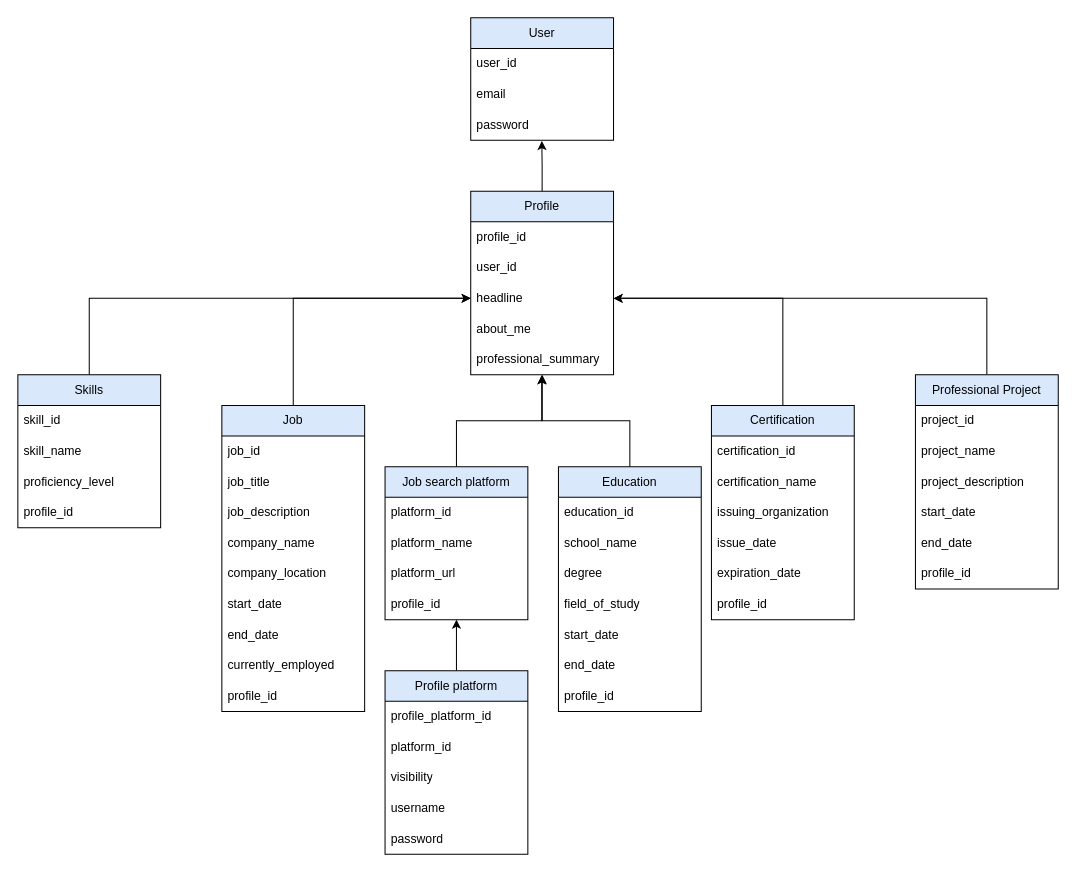
Before: source_files/logical_data_model.drawio in kiryuha21/EngeneeringRequirements-2023, a draw.io diagram. Source tidied: cells renumbered, new cells numbered last; positions are measured from the earlier drawing's top-left corner, leaving out a move shared by most shapes. Both pictures are drawn from the tidied source at 102%, with x=0, y=0 at pixel (17, 17).
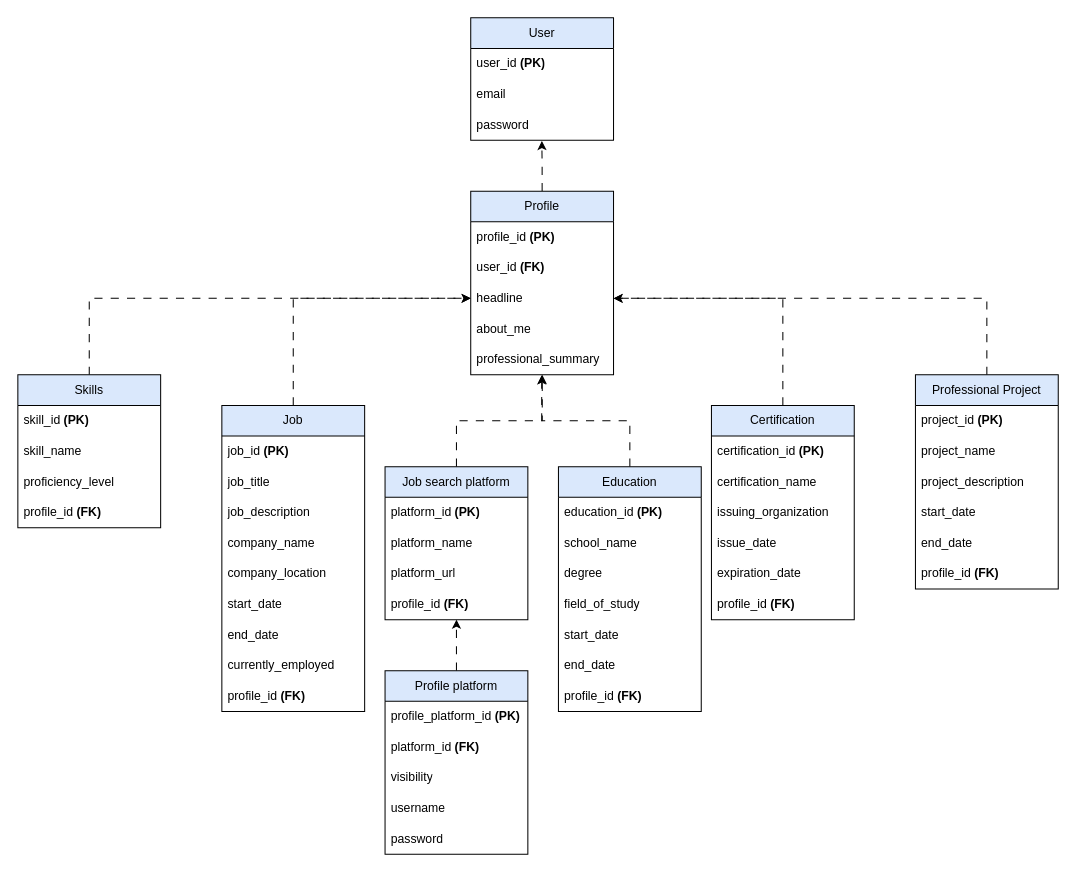
After the change.

Unchanged cells that the change refers to:
```xml
<mxCell id="2" value="User" style="swimlane;fontStyle=0;horizontal=1;startSize=30;whiteSpace=wrap;html=1;fillColor=#dae8fc;strokeColor=#000000;" parent="1" vertex="1">
  <mxGeometry x="444" width="140" height="120" as="geometry" />
</mxCell>
<mxCell id="5" value="password" style="text;strokeColor=none;fillColor=none;align=left;verticalAlign=middle;spacingLeft=4;spacingRight=4;overflow=hidden;points=[[0,0.5],[1,0.5]];portConstraint=eastwest;whiteSpace=wrap;html=1;" parent="2" vertex="1">
  <mxGeometry y="90" width="140" height="30" as="geometry" />
</mxCell>
<mxCell id="7" value="Profile" style="swimlane;fontStyle=0;horizontal=1;startSize=30;whiteSpace=wrap;html=1;fillColor=#dae8fc;strokeColor=#000000;" parent="1" vertex="1">
  <mxGeometry x="444" y="170" width="140" height="180" as="geometry" />
</mxCell>
<mxCell id="10" value="headline" style="text;strokeColor=none;fillColor=none;align=left;verticalAlign=middle;spacingLeft=4;spacingRight=4;overflow=hidden;points=[[0,0.5],[1,0.5]];portConstraint=eastwest;whiteSpace=wrap;html=1;" parent="7" vertex="1">
  <mxGeometry y="90" width="140" height="30" as="geometry" />
</mxCell>
<mxCell id="12" value="professional_summary" style="text;strokeColor=none;fillColor=none;align=left;verticalAlign=middle;spacingLeft=4;spacingRight=4;overflow=hidden;points=[[0,0.5],[1,0.5]];portConstraint=eastwest;whiteSpace=wrap;html=1;" parent="7" vertex="1">
  <mxGeometry y="150" width="140" height="30" as="geometry" />
</mxCell>
<mxCell id="14" value="Job" style="swimlane;fontStyle=0;horizontal=1;startSize=30;whiteSpace=wrap;html=1;fillColor=#dae8fc;strokeColor=#000000;" parent="1" vertex="1">
  <mxGeometry x="200" y="380" width="140" height="300" as="geometry" />
</mxCell>
<mxCell id="25" value="Education" style="swimlane;fontStyle=0;horizontal=1;startSize=30;whiteSpace=wrap;html=1;fillColor=#dae8fc;strokeColor=#000000;" parent="1" vertex="1">
  <mxGeometry x="530" y="440" width="140" height="240" as="geometry" />
</mxCell>
<mxCell id="34" value="Certification" style="swimlane;fontStyle=0;horizontal=1;startSize=30;whiteSpace=wrap;html=1;fillColor=#dae8fc;strokeColor=#000000;" parent="1" vertex="1">
  <mxGeometry x="680" y="380" width="140" height="210" as="geometry" />
</mxCell>
<mxCell id="42" value="Skills" style="swimlane;fontStyle=0;horizontal=1;startSize=30;whiteSpace=wrap;html=1;fillColor=#dae8fc;strokeColor=#000000;" parent="1" vertex="1">
  <mxGeometry y="350" width="140" height="150" as="geometry" />
</mxCell>
<mxCell id="48" value="Professional Project" style="swimlane;fontStyle=0;horizontal=1;startSize=30;whiteSpace=wrap;html=1;fillColor=#dae8fc;strokeColor=#000000;" parent="1" vertex="1">
  <mxGeometry x="880" y="350" width="140" height="210" as="geometry" />
</mxCell>
<mxCell id="56" value="Job search platform" style="swimlane;fontStyle=0;horizontal=1;startSize=30;whiteSpace=wrap;html=1;fillColor=#dae8fc;strokeColor=#000000;" parent="1" vertex="1">
  <mxGeometry x="360" y="440" width="140" height="150" as="geometry" />
</mxCell>
<mxCell id="62" value="Profile platform" style="swimlane;fontStyle=0;horizontal=1;startSize=30;whiteSpace=wrap;html=1;fillColor=#dae8fc;strokeColor=#000000;" parent="1" vertex="1">
  <mxGeometry x="360" y="640" width="140" height="180" as="geometry" />
</mxCell>
```

The edit, as a diff of the source:
```diff
@@
-    <mxCell id="3" value="user_id" style="text;strokeColor=none;fillColor=none;align=left;verticalAlign=middle;spacingLeft=4;spacingRight=4;overflow=hidden;whiteSpace=wrap;html=1;" parent="2" vertex="1">
+    <mxCell id="3" value="user_id &lt;b&gt;(PK)&lt;/b&gt;" style="text;strokeColor=none;fillColor=none;align=left;verticalAlign=middle;spacingLeft=4;spacingRight=4;overflow=hidden;whiteSpace=wrap;html=1;" parent="2" vertex="1">
       <mxGeometry y="30" width="140" height="30" as="geometry" />
     </mxCell>
@@
-    <mxCell id="6" style="edgeStyle=orthogonalEdgeStyle;rounded=0;jettySize=auto;html=1;exitX=0.5;exitY=0;exitDx=0;exitDy=0;entryX=0.498;entryY=1.022;entryDx=0;entryDy=0;entryPerimeter=0;" parent="1" edge="1" source="7" target="5">
+    <mxCell id="6" style="edgeStyle=orthogonalEdgeStyle;rounded=0;jettySize=auto;html=1;exitX=0.5;exitY=0;exitDx=0;exitDy=0;entryX=0.498;entryY=1.022;entryDx=0;entryDy=0;entryPerimeter=0;dashed=1;dashPattern=8 8;" parent="1" edge="1" source="7" target="5">
       <mxGeometry relative="1" as="geometry" />
     </mxCell>
@@
-    <mxCell id="8" value="profile_id" style="text;strokeColor=none;fillColor=none;align=left;verticalAlign=middle;spacingLeft=4;spacingRight=4;overflow=hidden;whiteSpace=wrap;html=1;" parent="7" vertex="1">
+    <mxCell id="8" value="profile_id&amp;nbsp;&lt;b style=&quot;border-color: var(--border-color);&quot;&gt;(PK)&lt;/b&gt;" style="text;strokeColor=none;fillColor=none;align=left;verticalAlign=middle;spacingLeft=4;spacingRight=4;overflow=hidden;whiteSpace=wrap;html=1;" parent="7" vertex="1">
       <mxGeometry y="30" width="140" height="30" as="geometry" />
     </mxCell>
-    <mxCell id="9" value="user_id" style="text;strokeColor=none;fillColor=none;align=left;verticalAlign=middle;spacingLeft=4;spacingRight=4;overflow=hidden;whiteSpace=wrap;html=1;" parent="7" vertex="1">
+    <mxCell id="9" value="user_id&lt;b&gt; (FK)&lt;/b&gt;" style="text;strokeColor=none;fillColor=none;align=left;verticalAlign=middle;spacingLeft=4;spacingRight=4;overflow=hidden;whiteSpace=wrap;html=1;" parent="7" vertex="1">
       <mxGeometry y="60" width="140" height="30" as="geometry" />
     </mxCell>
@@
-    <mxCell id="13" style="edgeStyle=orthogonalEdgeStyle;rounded=0;jettySize=auto;html=1;exitX=0.5;exitY=0;exitDx=0;exitDy=0;entryX=0;entryY=0.5;entryDx=0;entryDy=0;" parent="1" edge="1" source="14" target="10">
+    <mxCell id="13" style="edgeStyle=orthogonalEdgeStyle;rounded=0;jettySize=auto;html=1;exitX=0.5;exitY=0;exitDx=0;exitDy=0;entryX=0;entryY=0.5;entryDx=0;entryDy=0;dashed=1;dashPattern=8 8;" parent="1" edge="1" source="14" target="10">
       <mxGeometry relative="1" as="geometry" />
     </mxCell>
@@
-    <mxCell id="15" value="job_id" style="text;strokeColor=none;fillColor=none;align=left;verticalAlign=middle;spacingLeft=4;spacingRight=4;overflow=hidden;whiteSpace=wrap;html=1;" parent="14" vertex="1">
+    <mxCell id="15" value="job_id&amp;nbsp;&lt;b style=&quot;border-color: var(--border-color);&quot;&gt;(PK)&lt;/b&gt;" style="text;strokeColor=none;fillColor=none;align=left;verticalAlign=middle;spacingLeft=4;spacingRight=4;overflow=hidden;whiteSpace=wrap;html=1;" parent="14" vertex="1">
       <mxGeometry y="30" width="140" height="30" as="geometry" />
     </mxCell>
@@
-    <mxCell id="23" value="profile_id" style="text;strokeColor=none;fillColor=none;align=left;verticalAlign=middle;spacingLeft=4;spacingRight=4;overflow=hidden;whiteSpace=wrap;html=1;" parent="14" vertex="1">
+    <mxCell id="23" value="profile_id&lt;b style=&quot;border-color: var(--border-color);&quot;&gt;&amp;nbsp;(FK)&lt;/b&gt;" style="text;strokeColor=none;fillColor=none;align=left;verticalAlign=middle;spacingLeft=4;spacingRight=4;overflow=hidden;whiteSpace=wrap;html=1;" parent="14" vertex="1">
       <mxGeometry y="270" width="140" height="30" as="geometry" />
     </mxCell>
-    <mxCell id="24" style="edgeStyle=orthogonalEdgeStyle;rounded=0;jettySize=auto;html=1;exitX=0.5;exitY=0;exitDx=0;exitDy=0;entryX=0.501;entryY=1;entryDx=0;entryDy=0;entryPerimeter=0;" parent="1" edge="1" source="25" target="12">
+    <mxCell id="24" style="edgeStyle=orthogonalEdgeStyle;rounded=0;jettySize=auto;html=1;exitX=0.5;exitY=0;exitDx=0;exitDy=0;entryX=0.501;entryY=1;entryDx=0;entryDy=0;entryPerimeter=0;dashed=1;dashPattern=8 8;" parent="1" edge="1" source="25" target="12">
       <mxGeometry relative="1" as="geometry" />
     </mxCell>
@@
-    <mxCell id="26" value="education_id" style="text;strokeColor=none;fillColor=none;align=left;verticalAlign=middle;spacingLeft=4;spacingRight=4;overflow=hidden;whiteSpace=wrap;html=1;" parent="25" vertex="1">
+    <mxCell id="26" value="education_id&amp;nbsp;&lt;b style=&quot;border-color: var(--border-color);&quot;&gt;(PK)&lt;/b&gt;" style="text;strokeColor=none;fillColor=none;align=left;verticalAlign=middle;spacingLeft=4;spacingRight=4;overflow=hidden;whiteSpace=wrap;html=1;" parent="25" vertex="1">
       <mxGeometry y="30" width="140" height="30" as="geometry" />
     </mxCell>
@@
-    <mxCell id="32" value="profile_id" style="text;strokeColor=none;fillColor=none;align=left;verticalAlign=middle;spacingLeft=4;spacingRight=4;overflow=hidden;whiteSpace=wrap;html=1;" parent="25" vertex="1">
+    <mxCell id="32" value="profile_id&lt;b style=&quot;border-color: var(--border-color);&quot;&gt;&amp;nbsp;(FK)&lt;/b&gt;" style="text;strokeColor=none;fillColor=none;align=left;verticalAlign=middle;spacingLeft=4;spacingRight=4;overflow=hidden;whiteSpace=wrap;html=1;" parent="25" vertex="1">
       <mxGeometry y="210" width="140" height="30" as="geometry" />
     </mxCell>
-    <mxCell id="33" style="edgeStyle=orthogonalEdgeStyle;rounded=0;jettySize=auto;html=1;exitX=0.5;exitY=0;exitDx=0;exitDy=0;entryX=1;entryY=0.5;entryDx=0;entryDy=0;" parent="1" edge="1" source="34" target="10">
+    <mxCell id="33" style="edgeStyle=orthogonalEdgeStyle;rounded=0;jettySize=auto;html=1;exitX=0.5;exitY=0;exitDx=0;exitDy=0;entryX=1;entryY=0.5;entryDx=0;entryDy=0;dashed=1;dashPattern=8 8;" parent="1" edge="1" source="34" target="10">
       <mxGeometry relative="1" as="geometry" />
     </mxCell>
@@
-    <mxCell id="35" value="certification_id" style="text;strokeColor=none;fillColor=none;align=left;verticalAlign=middle;spacingLeft=4;spacingRight=4;overflow=hidden;whiteSpace=wrap;html=1;" parent="34" vertex="1">
+    <mxCell id="35" value="certification_id&amp;nbsp;&lt;b style=&quot;border-color: var(--border-color);&quot;&gt;(PK)&lt;/b&gt;" style="text;strokeColor=none;fillColor=none;align=left;verticalAlign=middle;spacingLeft=4;spacingRight=4;overflow=hidden;whiteSpace=wrap;html=1;" parent="34" vertex="1">
       <mxGeometry y="30" width="140" height="30" as="geometry" />
     </mxCell>
@@
-    <mxCell id="40" value="profile_id" style="text;strokeColor=none;fillColor=none;align=left;verticalAlign=middle;spacingLeft=4;spacingRight=4;overflow=hidden;whiteSpace=wrap;html=1;" parent="34" vertex="1">
+    <mxCell id="40" value="profile_id&lt;b style=&quot;border-color: var(--border-color);&quot;&gt;&amp;nbsp;(FK)&lt;/b&gt;" style="text;strokeColor=none;fillColor=none;align=left;verticalAlign=middle;spacingLeft=4;spacingRight=4;overflow=hidden;whiteSpace=wrap;html=1;" parent="34" vertex="1">
       <mxGeometry y="180" width="140" height="30" as="geometry" />
     </mxCell>
-    <mxCell id="41" style="edgeStyle=orthogonalEdgeStyle;rounded=0;jettySize=auto;html=1;exitX=0.5;exitY=0;exitDx=0;exitDy=0;entryX=0;entryY=0.5;entryDx=0;entryDy=0;" parent="1" edge="1" source="42" target="10">
+    <mxCell id="41" style="edgeStyle=orthogonalEdgeStyle;rounded=0;jettySize=auto;html=1;exitX=0.5;exitY=0;exitDx=0;exitDy=0;entryX=0;entryY=0.5;entryDx=0;entryDy=0;dashed=1;dashPattern=8 8;" parent="1" edge="1" source="42" target="10">
       <mxGeometry relative="1" as="geometry" />
     </mxCell>
@@
-    <mxCell id="43" value="skill_id" style="text;strokeColor=none;fillColor=none;align=left;verticalAlign=middle;spacingLeft=4;spacingRight=4;overflow=hidden;whiteSpace=wrap;html=1;" parent="42" vertex="1">
+    <mxCell id="43" value="skill_id&amp;nbsp;&lt;b style=&quot;border-color: var(--border-color);&quot;&gt;(PK)&lt;/b&gt;" style="text;strokeColor=none;fillColor=none;align=left;verticalAlign=middle;spacingLeft=4;spacingRight=4;overflow=hidden;whiteSpace=wrap;html=1;" parent="42" vertex="1">
       <mxGeometry y="30" width="140" height="30" as="geometry" />
     </mxCell>
@@
-    <mxCell id="46" value="profile_id" style="text;strokeColor=none;fillColor=none;align=left;verticalAlign=middle;spacingLeft=4;spacingRight=4;overflow=hidden;whiteSpace=wrap;html=1;" parent="42" vertex="1">
+    <mxCell id="46" value="profile_id&lt;b style=&quot;border-color: var(--border-color);&quot;&gt;&amp;nbsp;(FK)&lt;/b&gt;" style="text;strokeColor=none;fillColor=none;align=left;verticalAlign=middle;spacingLeft=4;spacingRight=4;overflow=hidden;whiteSpace=wrap;html=1;" parent="42" vertex="1">
       <mxGeometry y="120" width="140" height="30" as="geometry" />
     </mxCell>
-    <mxCell id="47" style="edgeStyle=orthogonalEdgeStyle;rounded=0;jettySize=auto;html=1;exitX=0.5;exitY=0;exitDx=0;exitDy=0;entryX=1;entryY=0.5;entryDx=0;entryDy=0;" parent="1" edge="1" source="48" target="10">
+    <mxCell id="47" style="edgeStyle=orthogonalEdgeStyle;rounded=0;jettySize=auto;html=1;exitX=0.5;exitY=0;exitDx=0;exitDy=0;entryX=1;entryY=0.5;entryDx=0;entryDy=0;dashed=1;dashPattern=8 8;" parent="1" edge="1" source="48" target="10">
       <mxGeometry relative="1" as="geometry" />
     </mxCell>
@@
-    <mxCell id="49" value="project_id" style="text;strokeColor=none;fillColor=none;align=left;verticalAlign=middle;spacingLeft=4;spacingRight=4;overflow=hidden;whiteSpace=wrap;html=1;" parent="48" vertex="1">
+    <mxCell id="49" value="project_id&amp;nbsp;&lt;b style=&quot;border-color: var(--border-color);&quot;&gt;(PK)&lt;/b&gt;" style="text;strokeColor=none;fillColor=none;align=left;verticalAlign=middle;spacingLeft=4;spacingRight=4;overflow=hidden;whiteSpace=wrap;html=1;" parent="48" vertex="1">
       <mxGeometry y="30" width="140" height="30" as="geometry" />
     </mxCell>
@@
-    <mxCell id="54" value="profile_id" style="text;strokeColor=none;fillColor=none;align=left;verticalAlign=middle;spacingLeft=4;spacingRight=4;overflow=hidden;whiteSpace=wrap;html=1;" parent="48" vertex="1">
+    <mxCell id="54" value="profile_id&lt;b style=&quot;border-color: var(--border-color);&quot;&gt;&amp;nbsp;(FK)&lt;/b&gt;" style="text;strokeColor=none;fillColor=none;align=left;verticalAlign=middle;spacingLeft=4;spacingRight=4;overflow=hidden;whiteSpace=wrap;html=1;" parent="48" vertex="1">
       <mxGeometry y="180" width="140" height="30" as="geometry" />
     </mxCell>
-    <mxCell id="55" style="edgeStyle=orthogonalEdgeStyle;rounded=0;jettySize=auto;html=1;exitX=0.5;exitY=0;exitDx=0;exitDy=0;entryX=0.497;entryY=1.014;entryDx=0;entryDy=0;entryPerimeter=0;" parent="1" edge="1" source="56" target="12">
+    <mxCell id="55" style="edgeStyle=orthogonalEdgeStyle;rounded=0;jettySize=auto;html=1;exitX=0.5;exitY=0;exitDx=0;exitDy=0;entryX=0.497;entryY=1.014;entryDx=0;entryDy=0;entryPerimeter=0;dashed=1;dashPattern=8 8;" parent="1" edge="1" source="56" target="12">
       <mxGeometry relative="1" as="geometry" />
     </mxCell>
@@
-    <mxCell id="57" value="platform_id" style="text;strokeColor=none;fillColor=none;align=left;verticalAlign=middle;spacingLeft=4;spacingRight=4;overflow=hidden;whiteSpace=wrap;html=1;" parent="56" vertex="1">
+    <mxCell id="57" value="platform_id&amp;nbsp;&lt;b style=&quot;border-color: var(--border-color);&quot;&gt;(PK)&lt;/b&gt;" style="text;strokeColor=none;fillColor=none;align=left;verticalAlign=middle;spacingLeft=4;spacingRight=4;overflow=hidden;whiteSpace=wrap;html=1;" parent="56" vertex="1">
       <mxGeometry y="30" width="140" height="30" as="geometry" />
     </mxCell>
@@
-    <mxCell id="60" value="profile_id" style="text;strokeColor=none;fillColor=none;align=left;verticalAlign=middle;spacingLeft=4;spacingRight=4;overflow=hidden;whiteSpace=wrap;html=1;" parent="56" vertex="1">
+    <mxCell id="60" value="profile_id&lt;b style=&quot;border-color: var(--border-color);&quot;&gt;&amp;nbsp;(FK)&lt;/b&gt;" style="text;strokeColor=none;fillColor=none;align=left;verticalAlign=middle;spacingLeft=4;spacingRight=4;overflow=hidden;whiteSpace=wrap;html=1;" parent="56" vertex="1">
       <mxGeometry y="120" width="140" height="30" as="geometry" />
     </mxCell>
-    <mxCell id="61" style="edgeStyle=orthogonalEdgeStyle;rounded=0;jettySize=auto;html=1;exitX=0.5;exitY=0;exitDx=0;exitDy=0;" parent="1" edge="1" source="62">
+    <mxCell id="61" style="edgeStyle=orthogonalEdgeStyle;rounded=0;jettySize=auto;html=1;exitX=0.5;exitY=0;exitDx=0;exitDy=0;dashed=1;dashPattern=8 8;" parent="1" edge="1" source="62">
       <mxGeometry relative="1" as="geometry">
         <mxPoint x="430" y="590" as="targetPoint" />
       </mxGeometry>
     </mxCell>
@@
-    <mxCell id="63" value="profile_platform_id" style="text;strokeColor=none;fillColor=none;align=left;verticalAlign=middle;spacingLeft=4;spacingRight=4;overflow=hidden;whiteSpace=wrap;html=1;" parent="62" vertex="1">
+    <mxCell id="63" value="profile_platform_id&amp;nbsp;&lt;b style=&quot;border-color: var(--border-color);&quot;&gt;(PK)&lt;/b&gt;" style="text;strokeColor=none;fillColor=none;align=left;verticalAlign=middle;spacingLeft=4;spacingRight=4;overflow=hidden;whiteSpace=wrap;html=1;" parent="62" vertex="1">
       <mxGeometry y="30" width="140" height="30" as="geometry" />
     </mxCell>
-    <mxCell id="64" value="platform_id" style="text;strokeColor=none;fillColor=none;align=left;verticalAlign=middle;spacingLeft=4;spacingRight=4;overflow=hidden;whiteSpace=wrap;html=1;" parent="62" vertex="1">
+    <mxCell id="64" value="platform_id&lt;b style=&quot;border-color: var(--border-color);&quot;&gt;&amp;nbsp;(FK)&lt;/b&gt;" style="text;strokeColor=none;fillColor=none;align=left;verticalAlign=middle;spacingLeft=4;spacingRight=4;overflow=hidden;whiteSpace=wrap;html=1;" parent="62" vertex="1">
       <mxGeometry y="60" width="140" height="30" as="geometry" />
     </mxCell>
```
